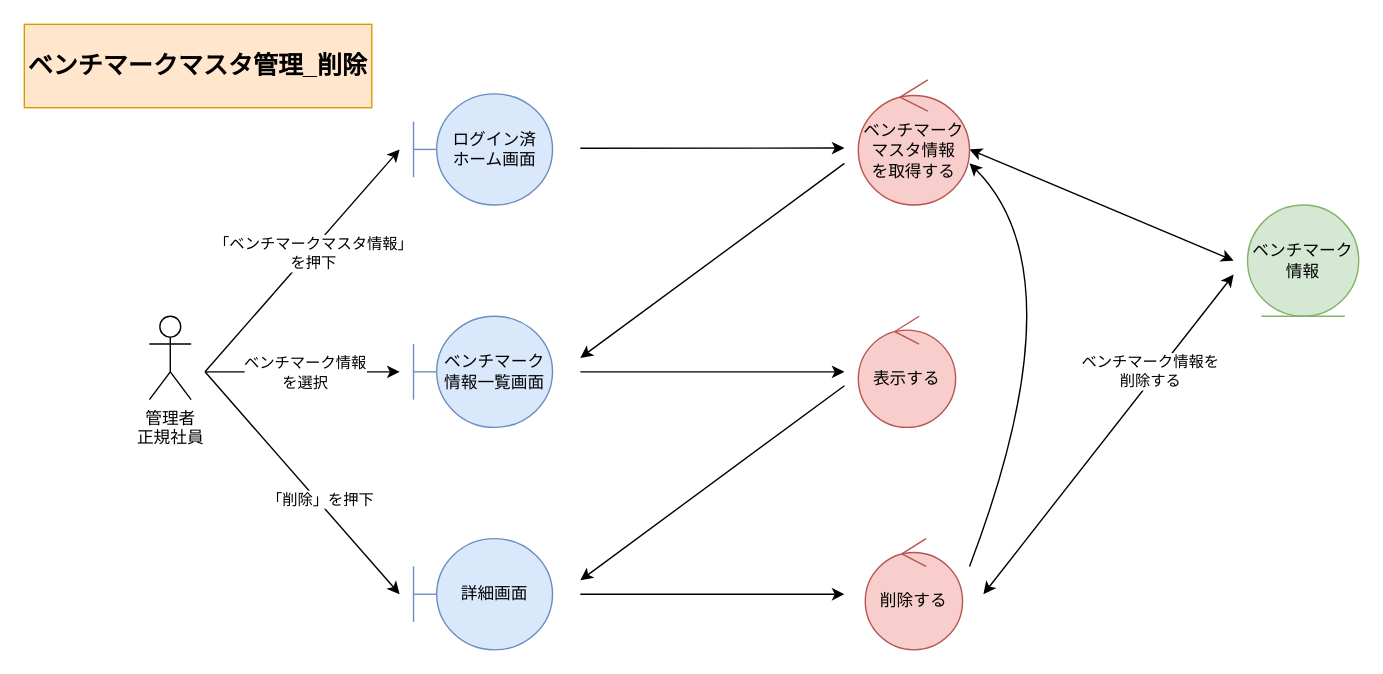
Earlier version of the draw.io diagram page "*ベンチマークマスタ管理_削除" (4 of 4) of 各種設計書/3ロバストネス図/マスタ管理/5.ベンチマークマスタ.drawio (HaruShim/Sotuken). Source tidied: cells renumbered, new cells numbered last; positions are measured from the earlier drawing's top-left corner, leaving out a move shared by most shapes. Both pictures are drawn from the tidied source at 139%, with x=0, y=0 at pixel (24, 24).
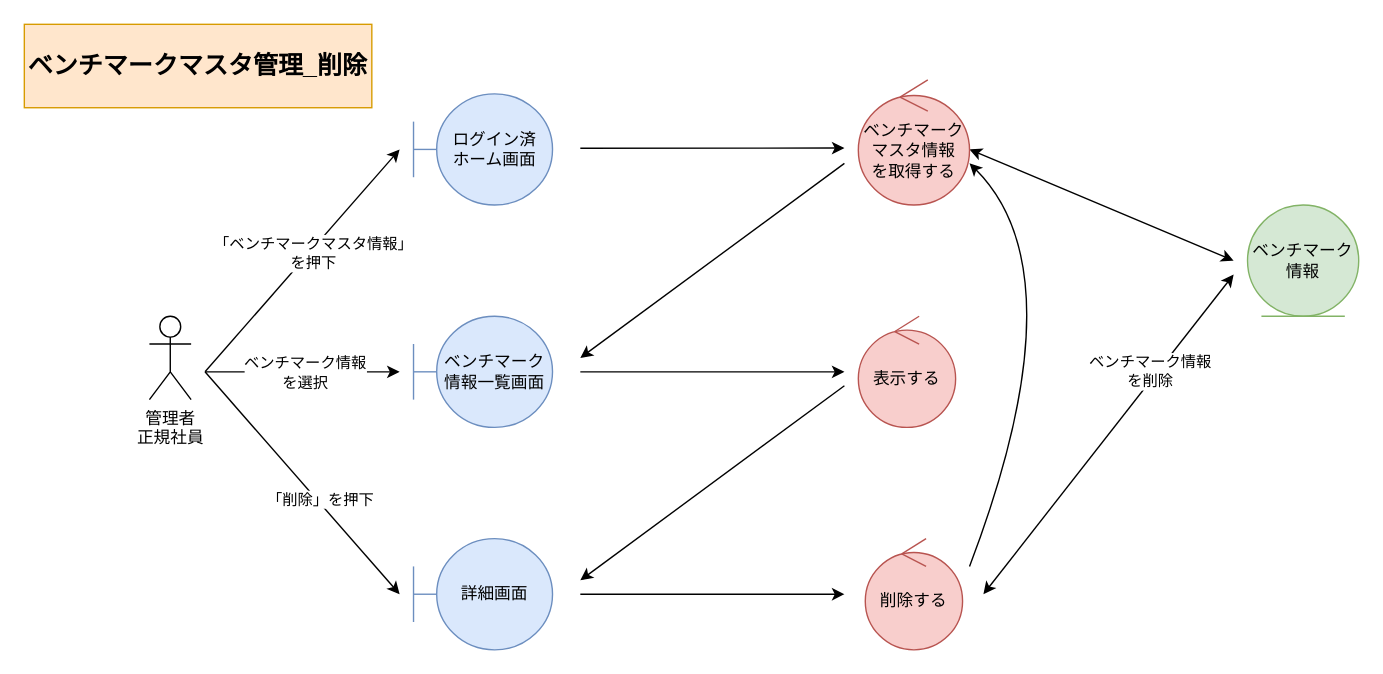
The same page after the edit.

Unchanged cells that the change refers to:
```xml
<mxCell id="15" style="endArrow=classic;html=1;rounded=0;jumpStyle=none;startArrow=classic;startFill=1;endFill=1;" parent="1" edge="1">
  <mxGeometry relative="1" as="geometry">
    <mxPoint x="870" y="180" as="sourcePoint" />
    <mxPoint x="690" y="410" as="targetPoint" />
  </mxGeometry>
</mxCell>
```

Change to the diagram source:
```diff
@@
-    <mxCell id="16" value="ベンチマーク情報を&lt;br&gt;削除する" style="edgeLabel;html=1;align=center;verticalAlign=middle;" parent="15" vertex="1">
+    <mxCell id="16" value="ベンチマーク情報&lt;br&gt;を削除" style="edgeLabel;html=1;align=center;verticalAlign=middle;" parent="15" vertex="1">
       <mxGeometry x="0.11" y="2" relative="1" as="geometry">
         <mxPoint x="38" y="-59" as="offset" />
       </mxGeometry>
     </mxCell>
```
